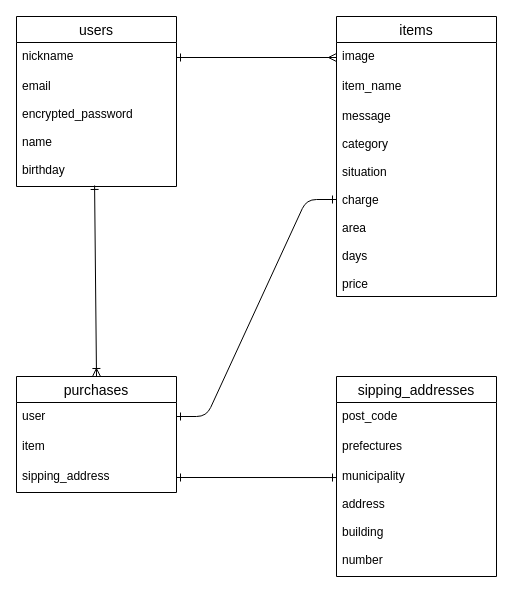
Above: test.dio in fune2723/furima-37017 (draw.io), before the change. Source tidied: cells renumbered, new cells numbered last; positions are measured from the earlier drawing's top-left corner, leaving out a move shared by most shapes. Both pictures are drawn from the tidied source at 100%, with x=0, y=0 at pixel (16, 16).
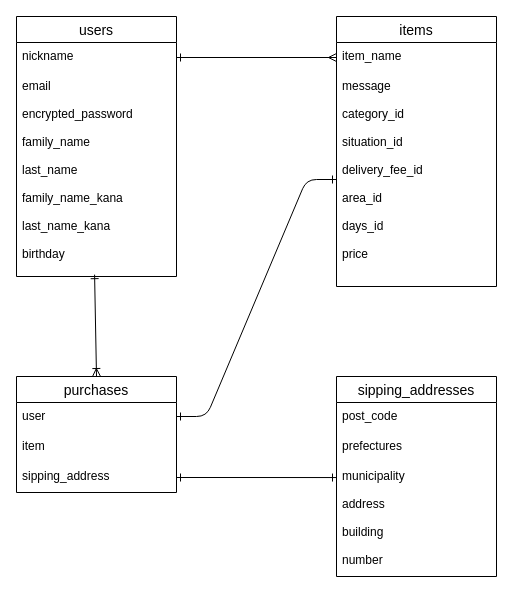
Above is the later version.

The change refers to these unchanged cells:
```xml
<mxCell id="3" value="nickname" style="text;strokeColor=none;fillColor=none;spacingLeft=4;spacingRight=4;overflow=hidden;points=[[0,0.5],[1,0.5]];portConstraint=eastwest;fontSize=12;" parent="2" vertex="1">
  <mxGeometry y="26" width="160" height="30" as="geometry" />
</mxCell>
```

Diff of the diagram source:
```diff
@@
     <mxCell id="2" value="users" style="swimlane;fontStyle=0;horizontal=1;startSize=26;align=center;fontSize=14;" parent="1" vertex="1">
-      <mxGeometry width="160" height="170" as="geometry" />
+      <mxGeometry width="160" height="260" as="geometry" />
     </mxCell>
@@
-    <mxCell id="4" value="email&#10;&#10;encrypted_password&#10;&#10;name&#10;&#10;birthday" style="text;strokeColor=none;fillColor=none;spacingLeft=4;spacingRight=4;overflow=hidden;points=[[0,0.5],[1,0.5]];portConstraint=eastwest;fontSize=12;" parent="2" vertex="1">
-      <mxGeometry y="56" width="160" height="114" as="geometry" />
+    <mxCell id="4" value="email&#10;&#10;encrypted_password&#10;&#10;family_name&#10;&#10;last_name&#10;&#10;family_name_kana&#10;&#10;last_name_kana&#10;&#10;birthday" style="text;strokeColor=none;fillColor=none;spacingLeft=4;spacingRight=4;overflow=hidden;points=[[0,0.5],[1,0.5]];portConstraint=eastwest;fontSize=12;" parent="2" vertex="1">
+      <mxGeometry y="56" width="160" height="204" as="geometry" />
     </mxCell>
     <mxCell id="5" value="items" style="swimlane;fontStyle=0;horizontal=1;startSize=26;align=center;fontSize=14;direction=east;" parent="1" vertex="1">
-      <mxGeometry x="320" width="160" height="280" as="geometry" />
+      <mxGeometry x="320" width="160" height="270" as="geometry" />
     </mxCell>
-    <mxCell id="6" value="image" style="text;strokeColor=none;fillColor=none;spacingLeft=4;spacingRight=4;overflow=hidden;points=[[0,0.5],[1,0.5]];portConstraint=eastwest;fontSize=12;" parent="5" vertex="1">
-      <mxGeometry y="26" width="160" height="30" as="geometry" />
-    </mxCell>
     <mxCell id="7" value="item_name" style="text;strokeColor=none;fillColor=none;spacingLeft=4;spacingRight=4;overflow=hidden;fontSize=12;" parent="5" vertex="1">
-      <mxGeometry y="56" width="160" height="30" as="geometry" />
+      <mxGeometry y="26" width="160" height="30" as="geometry" />
     </mxCell>
-    <mxCell id="8" value="message&#10;&#10;category&#10;&#10;situation&#10;&#10;charge&#10;&#10;area&#10;&#10;days&#10;&#10;price" style="text;strokeColor=none;fillColor=none;spacingLeft=4;spacingRight=4;overflow=hidden;points=[[0,0.5],[1,0.5]];portConstraint=eastwest;fontSize=12;" parent="5" vertex="1">
-      <mxGeometry y="86" width="160" height="194" as="geometry" />
+    <mxCell id="8" value="message&#10;&#10;category_id&#10;&#10;situation_id&#10;&#10;delivery_fee_id&#10;&#10;area_id&#10;&#10;days_id&#10;&#10;price" style="text;strokeColor=none;fillColor=none;spacingLeft=4;spacingRight=4;overflow=hidden;points=[[0,0.5],[1,0.5]];portConstraint=eastwest;fontSize=12;" parent="5" vertex="1">
+      <mxGeometry y="56" width="160" height="214" as="geometry" />
     </mxCell>
@@
-    <mxCell id="13" style="edgeStyle=none;html=1;exitX=1;exitY=0.5;exitDx=0;exitDy=0;entryX=0;entryY=0.5;entryDx=0;entryDy=0;strokeColor=default;startArrow=ERone;startFill=0;endArrow=ERmany;endFill=0;" parent="1" edge="1" source="3" target="6">
-      <mxGeometry relative="1" as="geometry" />
+    <mxCell id="13" style="edgeStyle=none;html=1;exitX=1;exitY=0.5;exitDx=0;exitDy=0;entryX=0;entryY=0.5;entryDx=0;entryDy=0;strokeColor=default;startArrow=ERone;startFill=0;endArrow=ERmany;endFill=0;" parent="1" edge="1" source="3">
+      <mxGeometry relative="1" as="geometry">
+        <mxPoint x="320" y="41" as="targetPoint" />
+      </mxGeometry>
     </mxCell>
```
